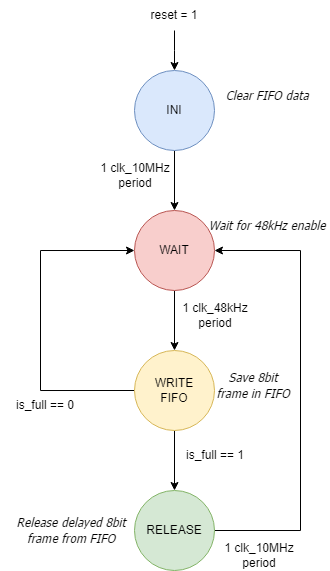
javijnb/LPRO_diagrams keeps this draw.io diagram as seda-procesado-audio.png. Above is the earlier version. Source tidied: cells renumbered, new cells last; positions are measured from the earlier drawing's top-left corner, leaving out a move shared by most shapes. Its diagram source:
```xml
<mxGraphModel>
  <root>
    <mxCell id="0" />
    <mxCell id="1" parent="0" />
    <mxCell id="2" style="edgeStyle=orthogonalEdgeStyle;rounded=0;jettySize=auto;html=1;exitX=0.5;exitY=1;exitDx=0;exitDy=0;entryX=0.5;entryY=0;entryDx=0;entryDy=0;" parent="1" edge="1" source="4" target="6">
      <mxGeometry relative="1" as="geometry" />
    </mxCell>
    <mxCell id="3" style="edgeStyle=orthogonalEdgeStyle;rounded=0;jettySize=auto;html=1;exitX=0.5;exitY=0;exitDx=0;exitDy=0;startArrow=classic;startFill=1;endArrow=none;endFill=0;" parent="1" edge="1" source="4">
      <mxGeometry relative="1" as="geometry">
        <mxPoint x="174" y="30" as="targetPoint" />
      </mxGeometry>
    </mxCell>
    <mxCell id="4" value="INI" style="ellipse;whiteSpace=wrap;html=1;fillColor=#dae8fc;strokeColor=#6c8ebf;" parent="1" vertex="1">
      <mxGeometry x="134" y="70" width="80" height="80" as="geometry" />
    </mxCell>
    <mxCell id="5" style="edgeStyle=orthogonalEdgeStyle;rounded=0;jettySize=auto;html=1;exitX=0.5;exitY=1;exitDx=0;exitDy=0;entryX=0.5;entryY=0;entryDx=0;entryDy=0;" parent="1" edge="1" source="6" target="9">
      <mxGeometry relative="1" as="geometry" />
    </mxCell>
    <mxCell id="6" value="WAIT" style="ellipse;whiteSpace=wrap;html=1;fillColor=#f8cecc;strokeColor=#b85450;" parent="1" vertex="1">
      <mxGeometry x="134" y="210" width="80" height="80" as="geometry" />
    </mxCell>
    <mxCell id="7" style="edgeStyle=orthogonalEdgeStyle;rounded=0;jettySize=auto;html=1;exitX=0.5;exitY=1;exitDx=0;exitDy=0;entryX=0.5;entryY=0;entryDx=0;entryDy=0;" parent="1" edge="1" source="9" target="11">
      <mxGeometry relative="1" as="geometry" />
    </mxCell>
    <mxCell id="8" style="edgeStyle=orthogonalEdgeStyle;rounded=0;jettySize=auto;html=1;exitX=0;exitY=0.5;exitDx=0;exitDy=0;entryX=0;entryY=0.5;entryDx=0;entryDy=0;" parent="1" edge="1" source="9" target="6">
      <mxGeometry relative="1" as="geometry">
        <Array as="points">
          <mxPoint x="40" y="390" />
          <mxPoint x="40" y="250" />
        </Array>
      </mxGeometry>
    </mxCell>
    <mxCell id="9" value="WRITE&lt;br&gt;FIFO" style="ellipse;whiteSpace=wrap;html=1;fillColor=#fff2cc;strokeColor=#d6b656;" parent="1" vertex="1">
      <mxGeometry x="134" y="350" width="80" height="80" as="geometry" />
    </mxCell>
    <mxCell id="10" style="edgeStyle=orthogonalEdgeStyle;rounded=0;jettySize=auto;html=1;exitX=1;exitY=0.5;exitDx=0;exitDy=0;entryX=1;entryY=0.5;entryDx=0;entryDy=0;" parent="1" edge="1" source="11" target="6">
      <mxGeometry relative="1" as="geometry">
        <Array as="points">
          <mxPoint x="300" y="530" />
          <mxPoint x="300" y="250" />
        </Array>
      </mxGeometry>
    </mxCell>
    <mxCell id="11" value="RELEASE" style="ellipse;whiteSpace=wrap;html=1;fillColor=#d5e8d4;strokeColor=#82b366;" parent="1" vertex="1">
      <mxGeometry x="134" y="490" width="80" height="80" as="geometry" />
    </mxCell>
    <mxCell id="12" value="reset = 1" style="text;html=1;strokeColor=none;fillColor=none;align=center;verticalAlign=middle;whiteSpace=wrap;rounded=0;" parent="1" vertex="1">
      <mxGeometry x="144" width="60" height="30" as="geometry" />
    </mxCell>
    <mxCell id="13" value="1 clk_10MHz period" style="text;html=1;strokeColor=none;fillColor=none;align=center;verticalAlign=middle;whiteSpace=wrap;rounded=0;" parent="1" vertex="1">
      <mxGeometry x="90" y="160" width="90" height="30" as="geometry" />
    </mxCell>
    <mxCell id="14" value="1 clk_48kHz period" style="text;html=1;strokeColor=none;fillColor=none;align=center;verticalAlign=middle;whiteSpace=wrap;rounded=0;" parent="1" vertex="1">
      <mxGeometry x="170" y="300" width="90" height="30" as="geometry" />
    </mxCell>
    <mxCell id="15" value="is_full == 1" style="text;html=1;strokeColor=none;fillColor=none;align=center;verticalAlign=middle;whiteSpace=wrap;rounded=0;" parent="1" vertex="1">
      <mxGeometry x="170" y="440" width="90" height="30" as="geometry" />
    </mxCell>
    <mxCell id="16" value="is_full == 0" style="text;html=1;strokeColor=none;fillColor=none;align=center;verticalAlign=middle;whiteSpace=wrap;rounded=0;" parent="1" vertex="1">
      <mxGeometry y="390" width="90" height="30" as="geometry" />
    </mxCell>
    <mxCell id="17" value="1 clk_10MHz period" style="text;html=1;strokeColor=none;fillColor=none;align=center;verticalAlign=middle;whiteSpace=wrap;rounded=0;" parent="1" vertex="1">
      <mxGeometry x="214" y="540" width="90" height="30" as="geometry" />
    </mxCell>
    <mxCell id="18" value="&lt;font face=&quot;Tahoma&quot;&gt;&lt;i&gt;Clear FIFO data&lt;/i&gt;&lt;/font&gt;" style="text;html=1;strokeColor=none;fillColor=none;align=center;verticalAlign=middle;whiteSpace=wrap;rounded=0;" parent="1" vertex="1">
      <mxGeometry x="204" y="80" width="126" height="30" as="geometry" />
    </mxCell>
    <mxCell id="19" value="&lt;font face=&quot;Tahoma&quot;&gt;&lt;i&gt;Wait for 48kHz enable&lt;/i&gt;&lt;/font&gt;" style="text;html=1;strokeColor=none;fillColor=none;align=center;verticalAlign=middle;whiteSpace=wrap;rounded=0;" parent="1" vertex="1">
      <mxGeometry x="204" y="210" width="126" height="30" as="geometry" />
    </mxCell>
    <mxCell id="20" value="&lt;font face=&quot;Tahoma&quot;&gt;&lt;i&gt;Save 8bit &lt;br&gt;frame in FIFO&lt;/i&gt;&lt;/font&gt;" style="text;html=1;strokeColor=none;fillColor=none;align=center;verticalAlign=middle;whiteSpace=wrap;rounded=0;" parent="1" vertex="1">
      <mxGeometry x="190" y="370" width="126" height="30" as="geometry" />
    </mxCell>
    <mxCell id="21" value="&lt;font face=&quot;Tahoma&quot;&gt;&lt;i&gt;Release delayed 8bit frame from FIFO&lt;/i&gt;&lt;/font&gt;" style="text;html=1;strokeColor=none;fillColor=none;align=center;verticalAlign=middle;whiteSpace=wrap;rounded=0;" parent="1" vertex="1">
      <mxGeometry x="8" y="515" width="126" height="30" as="geometry" />
    </mxCell>
  </root>
</mxGraphModel>
```
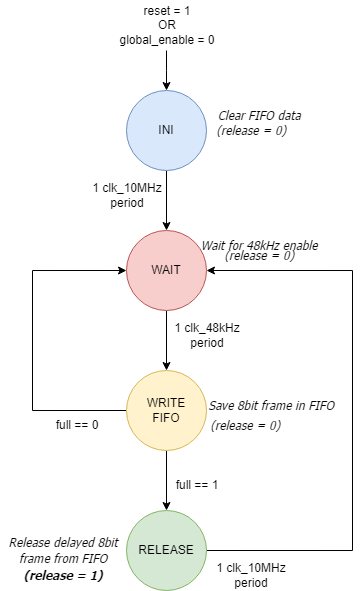
The same diagram one commit later.

The edit, as a diff of the source:
```diff
@@ -36,16 +36,16 @@
     <mxCell id="10" style="edgeStyle=orthogonalEdgeStyle;rounded=0;jettySize=auto;html=1;exitX=1;exitY=0.5;exitDx=0;exitDy=0;entryX=1;entryY=0.5;entryDx=0;entryDy=0;" parent="1" edge="1" source="11" target="6">
       <mxGeometry relative="1" as="geometry">
         <Array as="points">
-          <mxPoint x="300" y="530" />
-          <mxPoint x="300" y="250" />
+          <mxPoint x="360" y="530" />
+          <mxPoint x="360" y="250" />
         </Array>
       </mxGeometry>
     </mxCell>
     <mxCell id="11" value="RELEASE" style="ellipse;whiteSpace=wrap;html=1;fillColor=#d5e8d4;strokeColor=#82b366;" parent="1" vertex="1">
       <mxGeometry x="134" y="490" width="80" height="80" as="geometry" />
     </mxCell>
-    <mxCell id="12" value="reset = 1" style="text;html=1;strokeColor=none;fillColor=none;align=center;verticalAlign=middle;whiteSpace=wrap;rounded=0;" parent="1" vertex="1">
-      <mxGeometry x="144" width="60" height="30" as="geometry" />
+    <mxCell id="12" value="reset = 1 &lt;br&gt;OR&lt;br&gt;global_enable = 0" style="text;html=1;strokeColor=none;fillColor=none;align=center;verticalAlign=middle;whiteSpace=wrap;rounded=0;" parent="1" vertex="1">
+      <mxGeometry x="80" y="-20" width="190" height="50" as="geometry" />
     </mxCell>
     <mxCell id="13" value="1 clk_10MHz period" style="text;html=1;strokeColor=none;fillColor=none;align=center;verticalAlign=middle;whiteSpace=wrap;rounded=0;" parent="1" vertex="1">
       <mxGeometry x="90" y="160" width="90" height="30" as="geometry" />
@@ -53,11 +53,11 @@
     <mxCell id="14" value="1 clk_48kHz period" style="text;html=1;strokeColor=none;fillColor=none;align=center;verticalAlign=middle;whiteSpace=wrap;rounded=0;" parent="1" vertex="1">
       <mxGeometry x="170" y="300" width="90" height="30" as="geometry" />
     </mxCell>
-    <mxCell id="15" value="is_full == 1" style="text;html=1;strokeColor=none;fillColor=none;align=center;verticalAlign=middle;whiteSpace=wrap;rounded=0;" parent="1" vertex="1">
-      <mxGeometry x="170" y="440" width="90" height="30" as="geometry" />
+    <mxCell id="15" value="full == 1" style="text;html=1;strokeColor=none;fillColor=none;align=center;verticalAlign=middle;whiteSpace=wrap;rounded=0;" parent="1" vertex="1">
+      <mxGeometry x="160" y="450" width="90" height="30" as="geometry" />
     </mxCell>
-    <mxCell id="16" value="is_full == 0" style="text;html=1;strokeColor=none;fillColor=none;align=center;verticalAlign=middle;whiteSpace=wrap;rounded=0;" parent="1" vertex="1">
-      <mxGeometry y="390" width="90" height="30" as="geometry" />
+    <mxCell id="16" value="full == 0" style="text;html=1;strokeColor=none;fillColor=none;align=center;verticalAlign=middle;whiteSpace=wrap;rounded=0;" parent="1" vertex="1">
+      <mxGeometry x="40" y="390" width="90" height="30" as="geometry" />
     </mxCell>
     <mxCell id="17" value="1 clk_10MHz period" style="text;html=1;strokeColor=none;fillColor=none;align=center;verticalAlign=middle;whiteSpace=wrap;rounded=0;" parent="1" vertex="1">
       <mxGeometry x="214" y="540" width="90" height="30" as="geometry" />
@@ -68,11 +68,23 @@
     <mxCell id="19" value="&lt;font face=&quot;Tahoma&quot;&gt;&lt;i&gt;Wait for 48kHz enable&lt;/i&gt;&lt;/font&gt;" style="text;html=1;strokeColor=none;fillColor=none;align=center;verticalAlign=middle;whiteSpace=wrap;rounded=0;" parent="1" vertex="1">
       <mxGeometry x="204" y="210" width="126" height="30" as="geometry" />
     </mxCell>
-    <mxCell id="20" value="&lt;font face=&quot;Tahoma&quot;&gt;&lt;i&gt;Save 8bit &lt;br&gt;frame in FIFO&lt;/i&gt;&lt;/font&gt;" style="text;html=1;strokeColor=none;fillColor=none;align=center;verticalAlign=middle;whiteSpace=wrap;rounded=0;" parent="1" vertex="1">
-      <mxGeometry x="190" y="370" width="126" height="30" as="geometry" />
+    <mxCell id="20" value="&lt;font face=&quot;Tahoma&quot;&gt;&lt;i&gt;Save 8bit frame in FIFO&lt;/i&gt;&lt;/font&gt;" style="text;html=1;strokeColor=none;fillColor=none;align=center;verticalAlign=middle;whiteSpace=wrap;rounded=0;" parent="1" vertex="1">
+      <mxGeometry x="204" y="370" width="150" height="30" as="geometry" />
     </mxCell>
     <mxCell id="21" value="&lt;font face=&quot;Tahoma&quot;&gt;&lt;i&gt;Release delayed 8bit frame from FIFO&lt;/i&gt;&lt;/font&gt;" style="text;html=1;strokeColor=none;fillColor=none;align=center;verticalAlign=middle;whiteSpace=wrap;rounded=0;" parent="1" vertex="1">
       <mxGeometry x="8" y="515" width="126" height="30" as="geometry" />
     </mxCell>
+    <mxCell id="22" value="&lt;font face=&quot;Tahoma&quot;&gt;&lt;i&gt;(release = 0)&lt;/i&gt;&lt;/font&gt;" style="text;html=1;strokeColor=none;fillColor=none;align=center;verticalAlign=middle;whiteSpace=wrap;rounded=0;" parent="1" vertex="1">
+      <mxGeometry x="196" y="95" width="126" height="30" as="geometry" />
+    </mxCell>
+    <mxCell id="23" value="&lt;font face=&quot;Tahoma&quot;&gt;&lt;i&gt;(release = 0)&lt;/i&gt;&lt;/font&gt;" style="text;html=1;strokeColor=none;fillColor=none;align=center;verticalAlign=middle;whiteSpace=wrap;rounded=0;" parent="1" vertex="1">
+      <mxGeometry x="204" y="220" width="126" height="30" as="geometry" />
+    </mxCell>
+    <mxCell id="24" value="&lt;font face=&quot;Tahoma&quot;&gt;&lt;i&gt;(release = 0)&lt;/i&gt;&lt;/font&gt;" style="text;html=1;strokeColor=none;fillColor=none;align=center;verticalAlign=middle;whiteSpace=wrap;rounded=0;" parent="1" vertex="1">
+      <mxGeometry x="190" y="390" width="126" height="30" as="geometry" />
+    </mxCell>
+    <mxCell id="25" value="&lt;font face=&quot;Tahoma&quot;&gt;&lt;i&gt;&lt;b&gt;(release = 1)&lt;/b&gt;&lt;/i&gt;&lt;/font&gt;" style="text;html=1;strokeColor=none;fillColor=none;align=center;verticalAlign=middle;whiteSpace=wrap;rounded=0;" parent="1" vertex="1">
+      <mxGeometry x="8" y="540" width="126" height="30" as="geometry" />
+    </mxCell>
   </root>
 </mxGraphModel>
```
